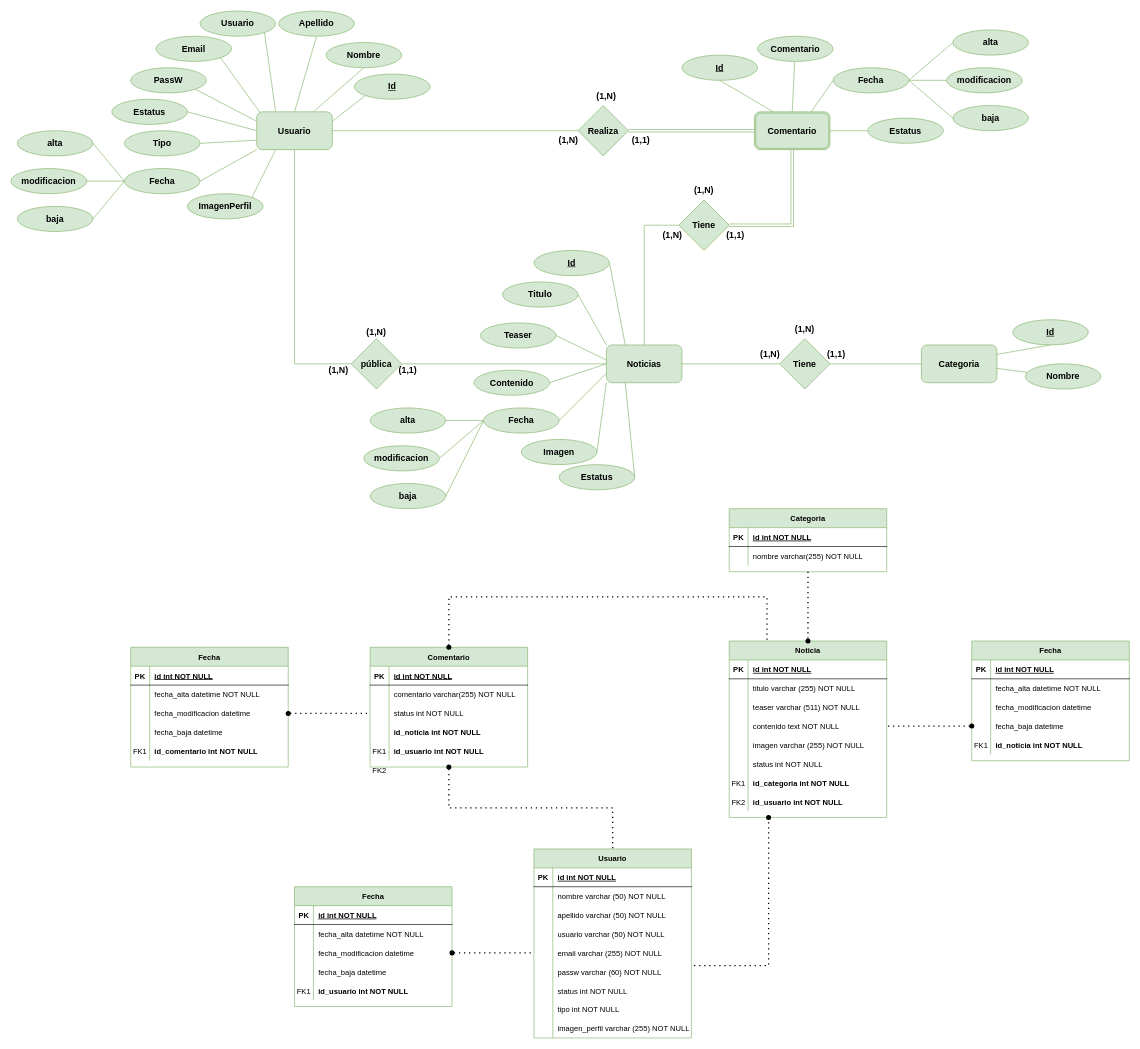
Earlier version of the draw.io diagram Equipo7_ProyectoFinalWeb.drawio (gabbyhuell/Equipo7_ProyectoWeb). Source tidied: cells renumbered, new cells numbered last; positions are measured from the earlier drawing's top-left corner, leaving out a move shared by most shapes. Both pictures are drawn from the tidied source at 63%, with x=0, y=0 at pixel (11, 11).
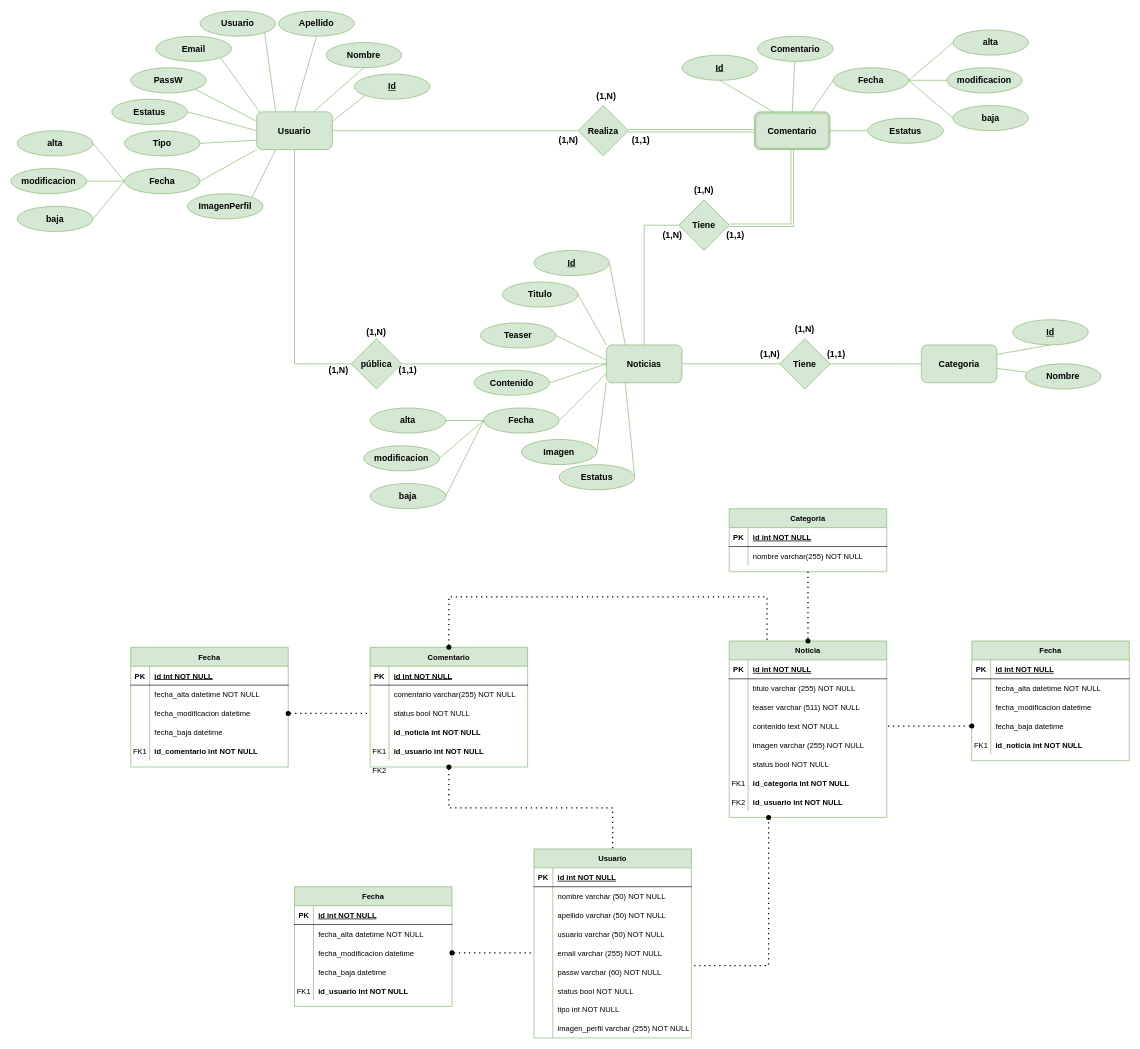
After the change.

The change refers to these unchanged cells:
```xml
<mxCell id="9" style="shape=partialRectangle;fillColor=none;top=0;left=0;right=0;bottom=0;" parent="2" vertex="1">
  <mxGeometry y="90" width="250" height="30" as="geometry" />
</mxCell>
<mxCell id="34" style="shape=partialRectangle;fillColor=none;top=0;left=0;right=0;bottom=0;" parent="18" vertex="1">
  <mxGeometry y="180" width="250" height="30" as="geometry" />
</mxCell>
<mxCell id="62" style="shape=partialRectangle;fillColor=none;top=0;left=0;right=0;bottom=0;" parent="43" vertex="1">
  <mxGeometry y="210" width="250" height="30" as="geometry" />
</mxCell>
```

The edit, as a diff of the source:
```diff
@@
-    <mxCell id="11" value="status int NOT NULL" style="shape=partialRectangle;overflow=hidden;fillColor=none;top=0;left=0;bottom=0;right=0;align=left;spacingLeft=6;" parent="9" vertex="1">
+    <mxCell id="11" value="status bool NOT NULL" style="shape=partialRectangle;overflow=hidden;fillColor=none;top=0;left=0;bottom=0;right=0;align=left;spacingLeft=6;" parent="9" vertex="1">
       <mxGeometry x="30" width="220" height="30" as="geometry" />
     </mxCell>
@@
-    <mxCell id="36" value="status int NOT NULL" style="shape=partialRectangle;overflow=hidden;fillColor=none;top=0;left=0;bottom=0;right=0;align=left;spacingLeft=6;" parent="34" vertex="1">
+    <mxCell id="36" value="status bool NOT NULL" style="shape=partialRectangle;overflow=hidden;fillColor=none;top=0;left=0;bottom=0;right=0;align=left;spacingLeft=6;" parent="34" vertex="1">
       <mxGeometry x="30" width="220" height="30" as="geometry" />
     </mxCell>
@@
-    <mxCell id="64" value="status int NOT NULL" style="shape=partialRectangle;overflow=hidden;fillColor=none;top=0;left=0;bottom=0;right=0;align=left;spacingLeft=6;" parent="62" vertex="1">
+    <mxCell id="64" value="status bool NOT NULL" style="shape=partialRectangle;overflow=hidden;fillColor=none;top=0;left=0;bottom=0;right=0;align=left;spacingLeft=6;" parent="62" vertex="1">
       <mxGeometry x="30" width="220" height="30" as="geometry" />
     </mxCell>
```
